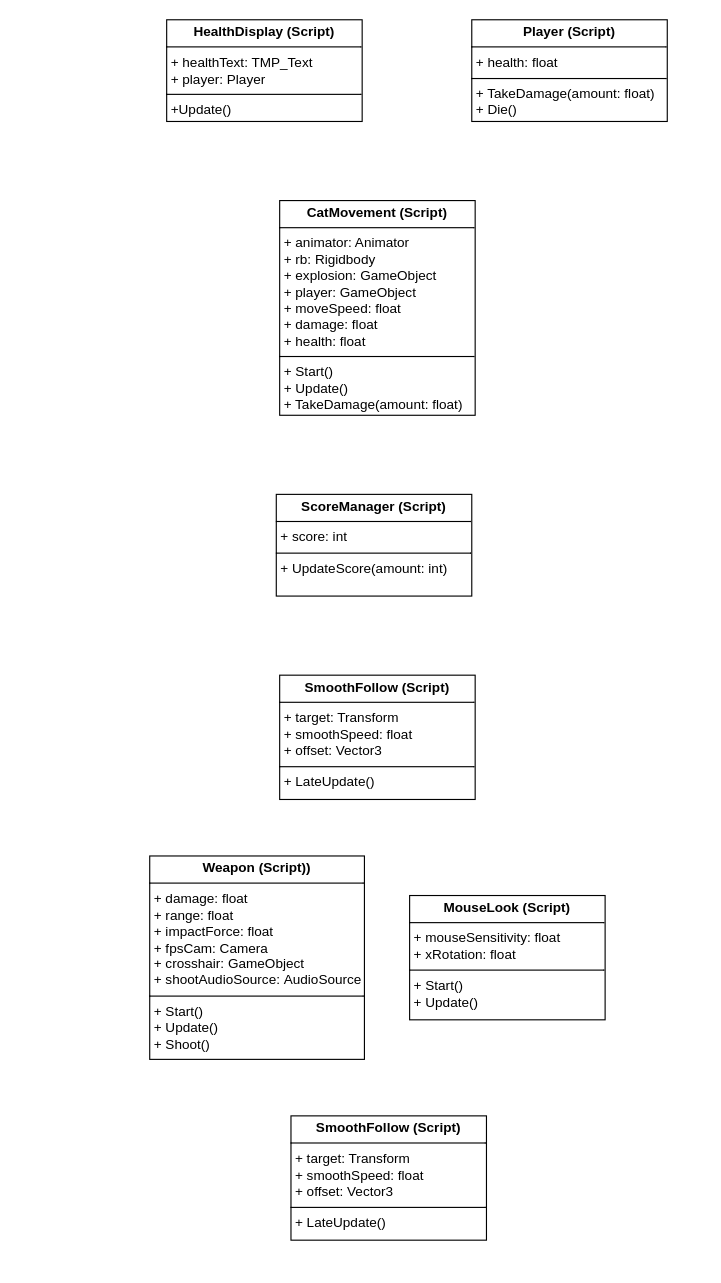
This is Class Diagram.drawio from Colorata-07/at1, a draw.io file, before an edit. Source tidied: cells renumbered, new cells numbered last; positions are measured from the earlier drawing's top-left corner, leaving out a move shared by most shapes. Both pictures are drawn from the tidied source at 113%, with x=0, y=0 at pixel (149, 19).
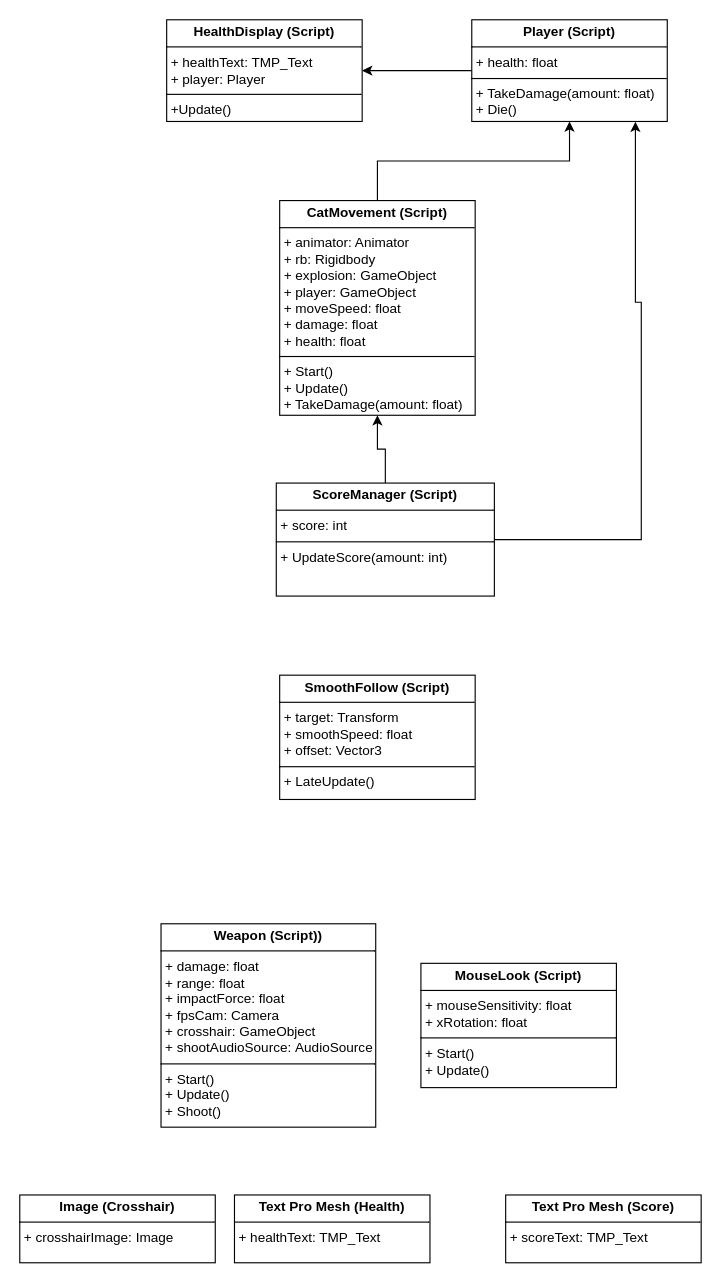
Above is the later version.

Diff of the diagram source:
```diff
@@
 <mxGraphModel>
   <root>
     <mxCell id="0" />
     <mxCell id="1" parent="0" />
+    <mxCell id="10" style="edgeStyle=orthogonalEdgeStyle;rounded=0;jettySize=auto;html=1;exitX=0;exitY=0.5;exitDx=0;exitDy=0;entryX=1;entryY=0.5;entryDx=0;entryDy=0;" parent="1" edge="1" source="2" target="3">
+      <mxGeometry relative="1" as="geometry" />
+    </mxCell>
     <mxCell id="2" value="&lt;p style=&quot;margin:0px;margin-top:4px;text-align:center;&quot;&gt;&lt;b&gt;Player (Script)&lt;/b&gt;&lt;/p&gt;&lt;hr size=&quot;1&quot; style=&quot;border-style:solid;&quot;&gt;&lt;p style=&quot;margin:0px;margin-left:4px;&quot;&gt;+ health: float&lt;/p&gt;&lt;hr size=&quot;1&quot; style=&quot;border-style:solid;&quot;&gt;&lt;p style=&quot;margin:0px;margin-left:4px;&quot;&gt;+ TakeDamage(amount: float)&lt;/p&gt;&lt;p style=&quot;margin:0px;margin-left:4px;&quot;&gt;+ Die()&lt;/p&gt;&lt;p style=&quot;margin:0px;margin-left:4px;&quot;&gt;&lt;br&gt;&lt;/p&gt;" style="verticalAlign=top;align=left;overflow=fill;html=1;whiteSpace=wrap;" parent="1" vertex="1">
       <mxGeometry x="285" width="173" height="90" as="geometry" />
     </mxCell>
     <mxCell id="3" value="&lt;p style=&quot;margin:0px;margin-top:4px;text-align:center;&quot;&gt;&lt;b&gt;HealthDisplay (Script)&lt;/b&gt;&lt;br&gt;&lt;/p&gt;&lt;hr size=&quot;1&quot; style=&quot;border-style:solid;&quot;&gt;&lt;p style=&quot;margin:0px;margin-left:4px;&quot;&gt;+&amp;nbsp;healthText: TMP_Text&lt;/p&gt;&lt;p style=&quot;margin:0px;margin-left:4px;&quot;&gt;+&amp;nbsp;player: Player&lt;/p&gt;&lt;hr size=&quot;1&quot; style=&quot;border-style:solid;&quot;&gt;&lt;p style=&quot;margin:0px;margin-left:4px;&quot;&gt;+&lt;span style=&quot;background-color: initial;&quot;&gt;Update()&lt;/span&gt;&lt;/p&gt;&lt;div&gt;&lt;span style=&quot;background-color: initial;&quot;&gt;&lt;br&gt;&lt;/span&gt;&lt;/div&gt;&lt;p style=&quot;margin:0px;margin-left:4px;&quot;&gt;&lt;br&gt;&lt;/p&gt;" style="verticalAlign=top;align=left;overflow=fill;html=1;whiteSpace=wrap;" parent="1" vertex="1">
       <mxGeometry x="15" width="173" height="90" as="geometry" />
     </mxCell>
+    <mxCell id="11" style="edgeStyle=orthogonalEdgeStyle;rounded=0;jettySize=auto;html=1;entryX=0.5;entryY=1;entryDx=0;entryDy=0;" parent="1" edge="1" source="4" target="2">
+      <mxGeometry relative="1" as="geometry" />
+    </mxCell>
     <mxCell id="4" value="&lt;p style=&quot;margin:0px;margin-top:4px;text-align:center;&quot;&gt;&lt;span style=&quot;background-color: initial; text-align: left;&quot;&gt;&lt;b&gt;CatMovement (Script)&lt;/b&gt;&lt;/span&gt;&lt;/p&gt;&lt;hr size=&quot;1&quot; style=&quot;border-style:solid;&quot;&gt;&lt;p style=&quot;margin:0px;margin-left:4px;&quot;&gt;+&amp;nbsp;&lt;span style=&quot;background-color: initial;&quot;&gt;animator: Animator&lt;/span&gt;&lt;/p&gt;&lt;p style=&quot;margin:0px;margin-left:4px;&quot;&gt;+ rb: Rigidbody&lt;/p&gt;&lt;p style=&quot;margin:0px;margin-left:4px;&quot;&gt;+ explosion: GameObject&lt;/p&gt;&lt;p style=&quot;margin:0px;margin-left:4px;&quot;&gt;+ player: GameObject&lt;/p&gt;&lt;p style=&quot;margin:0px;margin-left:4px;&quot;&gt;+ moveSpeed: float&lt;/p&gt;&lt;p style=&quot;margin:0px;margin-left:4px;&quot;&gt;+ damage: float&lt;/p&gt;&lt;p style=&quot;margin:0px;margin-left:4px;&quot;&gt;+ health: float&lt;/p&gt;&lt;hr size=&quot;1&quot; style=&quot;border-style:solid;&quot;&gt;&lt;p style=&quot;margin:0px;margin-left:4px;&quot;&gt;+&amp;nbsp;&lt;span style=&quot;background-color: initial;&quot;&gt;Start()&lt;/span&gt;&lt;/p&gt;&lt;p style=&quot;margin:0px;margin-left:4px;&quot;&gt;+ Update()&lt;/p&gt;&lt;p style=&quot;margin:0px;margin-left:4px;&quot;&gt;+ TakeDamage(amount: float)&lt;/p&gt;" style="verticalAlign=top;align=left;overflow=fill;html=1;whiteSpace=wrap;" parent="1" vertex="1">
       <mxGeometry x="115" y="160" width="173" height="190" as="geometry" />
     </mxCell>
+    <mxCell id="12" style="edgeStyle=orthogonalEdgeStyle;rounded=0;jettySize=auto;html=1;entryX=0.5;entryY=1;entryDx=0;entryDy=0;" parent="1" edge="1" source="5" target="4">
+      <mxGeometry relative="1" as="geometry" />
+    </mxCell>
+    <mxCell id="13" style="edgeStyle=orthogonalEdgeStyle;rounded=0;jettySize=auto;html=1;entryX=0.837;entryY=1.003;entryDx=0;entryDy=0;entryPerimeter=0;" parent="1" edge="1" source="5" target="2">
+      <mxGeometry relative="1" as="geometry">
+        <Array as="points">
+          <mxPoint x="435" y="460" />
+          <mxPoint x="435" y="250" />
+          <mxPoint x="430" y="250" />
+        </Array>
+      </mxGeometry>
+    </mxCell>
     <mxCell id="5" value="&lt;p style=&quot;text-align: center; margin: 4px 0px 0px;&quot;&gt;&lt;span style=&quot;background-color: initial; text-align: left;&quot;&gt;&lt;b&gt;ScoreManager (Script)&lt;/b&gt;&lt;/span&gt;&lt;br&gt;&lt;/p&gt;&lt;hr size=&quot;1&quot; style=&quot;border-style:solid;&quot;&gt;&lt;p style=&quot;margin:0px;margin-left:4px;&quot;&gt;+&amp;nbsp;score: int&lt;br&gt;&lt;/p&gt;&lt;hr size=&quot;1&quot; style=&quot;border-style:solid;&quot;&gt;&lt;p style=&quot;margin:0px;margin-left:4px;&quot;&gt;+&amp;nbsp;UpdateScore(amount: int)&lt;/p&gt;&lt;div&gt;&lt;span style=&quot;background-color: initial;&quot;&gt;&lt;br&gt;&lt;/span&gt;&lt;/div&gt;&lt;p style=&quot;margin:0px;margin-left:4px;&quot;&gt;&lt;br&gt;&lt;/p&gt;" style="verticalAlign=top;align=left;overflow=fill;html=1;whiteSpace=wrap;" parent="1" vertex="1">
-      <mxGeometry x="112" y="420" width="173" height="90" as="geometry" />
+      <mxGeometry x="112" y="410" width="193" height="100" as="geometry" />
     </mxCell>
     <mxCell id="6" value="&lt;p style=&quot;text-align: center; margin: 4px 0px 0px;&quot;&gt;&lt;span style=&quot;background-color: initial; text-align: left;&quot;&gt;&lt;b&gt;SmoothFollow&lt;/b&gt;&lt;/span&gt;&lt;span style=&quot;background-color: initial; text-align: left;&quot;&gt;&lt;b&gt;&amp;nbsp;(Script)&lt;/b&gt;&lt;/span&gt;&lt;br&gt;&lt;/p&gt;&lt;hr size=&quot;1&quot; style=&quot;border-style:solid;&quot;&gt;&lt;p style=&quot;margin:0px;margin-left:4px;&quot;&gt;+&amp;nbsp;&lt;span style=&quot;background-color: initial;&quot;&gt;target: Transform&lt;/span&gt;&lt;br&gt;&lt;/p&gt;&lt;p style=&quot;margin:0px;margin-left:4px;&quot;&gt;+ smoothSpeed: float&lt;/p&gt;&lt;p style=&quot;margin:0px;margin-left:4px;&quot;&gt;+ offset: Vector3&lt;/p&gt;&lt;hr size=&quot;1&quot; style=&quot;border-style:solid;&quot;&gt;&lt;p style=&quot;margin:0px;margin-left:4px;&quot;&gt;+&amp;nbsp;LateUpdate()&lt;/p&gt;&lt;div&gt;&lt;span style=&quot;background-color: initial;&quot;&gt;&lt;br&gt;&lt;/span&gt;&lt;/div&gt;&lt;p style=&quot;margin:0px;margin-left:4px;&quot;&gt;&lt;br&gt;&lt;/p&gt;" style="verticalAlign=top;align=left;overflow=fill;html=1;whiteSpace=wrap;" parent="1" vertex="1">
       <mxGeometry x="115" y="580" width="173" height="110" as="geometry" />
     </mxCell>
     <mxCell id="7" value="&lt;p style=&quot;text-align: center; margin: 4px 0px 0px;&quot;&gt;&lt;span style=&quot;background-color: initial; text-align: left;&quot;&gt;&lt;b&gt;Weapon (Script)&lt;/b&gt;&lt;/span&gt;&lt;span style=&quot;background-color: initial; text-align: left;&quot;&gt;&lt;b&gt;)&lt;/b&gt;&lt;/span&gt;&lt;br&gt;&lt;/p&gt;&lt;hr size=&quot;1&quot; style=&quot;border-style:solid;&quot;&gt;&lt;p style=&quot;margin:0px;margin-left:4px;&quot;&gt;+&amp;nbsp;&lt;span style=&quot;background-color: initial;&quot;&gt;damage: float&lt;/span&gt;&lt;br&gt;&lt;/p&gt;&lt;p style=&quot;margin:0px;margin-left:4px;&quot;&gt;+ range: float&lt;/p&gt;&lt;p style=&quot;margin:0px;margin-left:4px;&quot;&gt;+ impactForce: float&lt;/p&gt;&lt;p style=&quot;margin:0px;margin-left:4px;&quot;&gt;+ fpsCam: Camera&lt;/p&gt;&lt;p style=&quot;margin:0px;margin-left:4px;&quot;&gt;+ crosshair: GameObject&lt;/p&gt;&lt;p style=&quot;margin:0px;margin-left:4px;&quot;&gt;+ shootAudioSource:&lt;span style=&quot;background-color: initial;&quot;&gt;&amp;nbsp;AudioSource&lt;/span&gt;&lt;/p&gt;&lt;hr size=&quot;1&quot; style=&quot;border-style:solid;&quot;&gt;&lt;p style=&quot;margin:0px;margin-left:4px;&quot;&gt;+&amp;nbsp;&lt;span style=&quot;background-color: initial;&quot;&gt;Start()&lt;/span&gt;&lt;/p&gt;&lt;p style=&quot;margin:0px;margin-left:4px;&quot;&gt;+ Update()&lt;/p&gt;&lt;p style=&quot;margin:0px;margin-left:4px;&quot;&gt;+ Shoot()&lt;/p&gt;&lt;div&gt;&lt;span style=&quot;background-color: initial;&quot;&gt;&lt;br&gt;&lt;/span&gt;&lt;/div&gt;&lt;p style=&quot;margin:0px;margin-left:4px;&quot;&gt;&lt;br&gt;&lt;/p&gt;" style="verticalAlign=top;align=left;overflow=fill;html=1;whiteSpace=wrap;" parent="1" vertex="1">
-      <mxGeometry y="740" width="190" height="180" as="geometry" />
+      <mxGeometry x="10" y="800" width="190" height="180" as="geometry" />
     </mxCell>
     <mxCell id="8" value="&lt;p style=&quot;margin: 4px 0px 0px; text-align: center;&quot;&gt;&lt;b&gt;MouseLook (Script)&lt;/b&gt;&lt;br&gt;&lt;/p&gt;&lt;hr size=&quot;1&quot; style=&quot;border-style:solid;&quot;&gt;&lt;p style=&quot;margin:0px;margin-left:4px;&quot;&gt;+&amp;nbsp;&lt;span style=&quot;background-color: initial;&quot;&gt;mouseSensitivity: float&lt;/span&gt;&lt;br&gt;&lt;/p&gt;&lt;p style=&quot;margin:0px;margin-left:4px;&quot;&gt;+ xRotation: float&lt;/p&gt;&lt;hr size=&quot;1&quot; style=&quot;border-style:solid;&quot;&gt;&lt;p style=&quot;margin:0px;margin-left:4px;&quot;&gt;+&amp;nbsp;&lt;span style=&quot;background-color: initial;&quot;&gt;Start()&lt;/span&gt;&lt;/p&gt;&lt;p style=&quot;margin:0px;margin-left:4px;&quot;&gt;+ Update()&lt;/p&gt;&lt;div&gt;&lt;span style=&quot;background-color: initial;&quot;&gt;&lt;br&gt;&lt;/span&gt;&lt;/div&gt;&lt;p style=&quot;margin:0px;margin-left:4px;&quot;&gt;&lt;br&gt;&lt;/p&gt;" style="verticalAlign=top;align=left;overflow=fill;html=1;whiteSpace=wrap;" parent="1" vertex="1">
-      <mxGeometry x="230" y="775" width="173" height="110" as="geometry" />
+      <mxGeometry x="240" y="835" width="173" height="110" as="geometry" />
     </mxCell>
-    <mxCell id="9" value="&lt;p style=&quot;text-align: center; margin: 4px 0px 0px;&quot;&gt;&lt;span style=&quot;background-color: initial; text-align: left;&quot;&gt;&lt;b&gt;SmoothFollow&lt;/b&gt;&lt;/span&gt;&lt;span style=&quot;background-color: initial; text-align: left;&quot;&gt;&lt;b&gt;&amp;nbsp;(Script)&lt;/b&gt;&lt;/span&gt;&lt;br&gt;&lt;/p&gt;&lt;hr size=&quot;1&quot; style=&quot;border-style:solid;&quot;&gt;&lt;p style=&quot;margin:0px;margin-left:4px;&quot;&gt;+&amp;nbsp;&lt;span style=&quot;background-color: initial;&quot;&gt;target: Transform&lt;/span&gt;&lt;br&gt;&lt;/p&gt;&lt;p style=&quot;margin:0px;margin-left:4px;&quot;&gt;+ smoothSpeed: float&lt;/p&gt;&lt;p style=&quot;margin:0px;margin-left:4px;&quot;&gt;+ offset: Vector3&lt;/p&gt;&lt;hr size=&quot;1&quot; style=&quot;border-style:solid;&quot;&gt;&lt;p style=&quot;margin:0px;margin-left:4px;&quot;&gt;+&amp;nbsp;LateUpdate()&lt;/p&gt;&lt;div&gt;&lt;span style=&quot;background-color: initial;&quot;&gt;&lt;br&gt;&lt;/span&gt;&lt;/div&gt;&lt;p style=&quot;margin:0px;margin-left:4px;&quot;&gt;&lt;br&gt;&lt;/p&gt;" style="verticalAlign=top;align=left;overflow=fill;html=1;whiteSpace=wrap;" parent="1" vertex="1">
-      <mxGeometry x="125" y="970" width="173" height="110" as="geometry" />
+    <mxCell id="9" value="&lt;p style=&quot;text-align: center; margin: 4px 0px 0px;&quot;&gt;&lt;b&gt;Image (Crosshair)&lt;/b&gt;&lt;br&gt;&lt;/p&gt;&lt;hr size=&quot;1&quot; style=&quot;border-style:solid;&quot;&gt;&lt;p style=&quot;margin:0px;margin-left:4px;&quot;&gt;+&amp;nbsp;crosshairImage: Image&lt;/p&gt;&lt;div&gt;&lt;span style=&quot;background-color: initial;&quot;&gt;&lt;br&gt;&lt;/span&gt;&lt;/div&gt;&lt;p style=&quot;margin:0px;margin-left:4px;&quot;&gt;&lt;br&gt;&lt;/p&gt;" style="verticalAlign=top;align=left;overflow=fill;html=1;whiteSpace=wrap;" parent="1" vertex="1">
+      <mxGeometry x="-115" y="1040" width="173" height="60" as="geometry" />
     </mxCell>
+    <mxCell id="14" value="&lt;p style=&quot;text-align: center; margin: 4px 0px 0px;&quot;&gt;&lt;b&gt;Text Pro Mesh (Health)&lt;/b&gt;&lt;br&gt;&lt;/p&gt;&lt;hr size=&quot;1&quot; style=&quot;border-style:solid;&quot;&gt;&lt;p style=&quot;margin:0px;margin-left:4px;&quot;&gt;+ healthText: TMP_Text&lt;/p&gt;&lt;div&gt;&lt;span style=&quot;background-color: initial;&quot;&gt;&lt;br&gt;&lt;/span&gt;&lt;/div&gt;&lt;p style=&quot;margin:0px;margin-left:4px;&quot;&gt;&lt;br&gt;&lt;/p&gt;" style="verticalAlign=top;align=left;overflow=fill;html=1;whiteSpace=wrap;" parent="1" vertex="1">
+      <mxGeometry x="75" y="1040" width="173" height="60" as="geometry" />
+    </mxCell>
+    <mxCell id="15" value="&lt;p style=&quot;text-align: center; margin: 4px 0px 0px;&quot;&gt;&lt;b&gt;Text Pro Mesh (Score)&lt;/b&gt;&lt;br&gt;&lt;/p&gt;&lt;hr size=&quot;1&quot; style=&quot;border-style:solid;&quot;&gt;&lt;p style=&quot;margin:0px;margin-left:4px;&quot;&gt;+ scoreText: TMP_Text&lt;/p&gt;&lt;div&gt;&lt;span style=&quot;background-color: initial;&quot;&gt;&lt;br&gt;&lt;/span&gt;&lt;/div&gt;&lt;p style=&quot;margin:0px;margin-left:4px;&quot;&gt;&lt;br&gt;&lt;/p&gt;" style="verticalAlign=top;align=left;overflow=fill;html=1;whiteSpace=wrap;" parent="1" vertex="1">
+      <mxGeometry x="315" y="1040" width="173" height="60" as="geometry" />
+    </mxCell>
   </root>
 </mxGraphModel>
```
